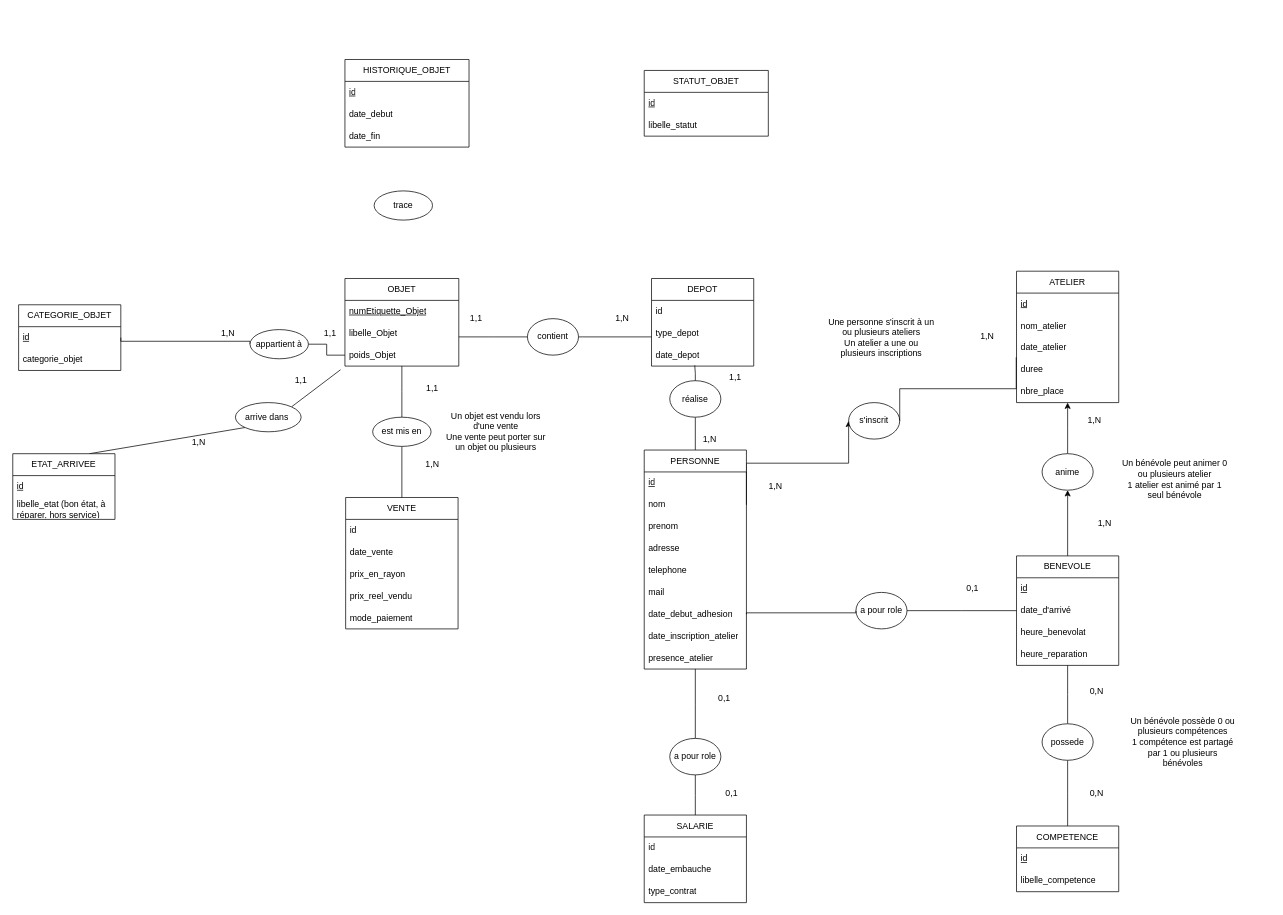
The draw.io diagram schema_EA_adatabase.drawio in gdiaby2403/repo1, before the edit. Source tidied: cells renumbered, new cells numbered last; positions are measured from the earlier drawing's top-left corner, leaving out a move shared by most shapes. Both pictures are drawn from the tidied source at 73%, with x=0, y=0 at pixel (12, 59).
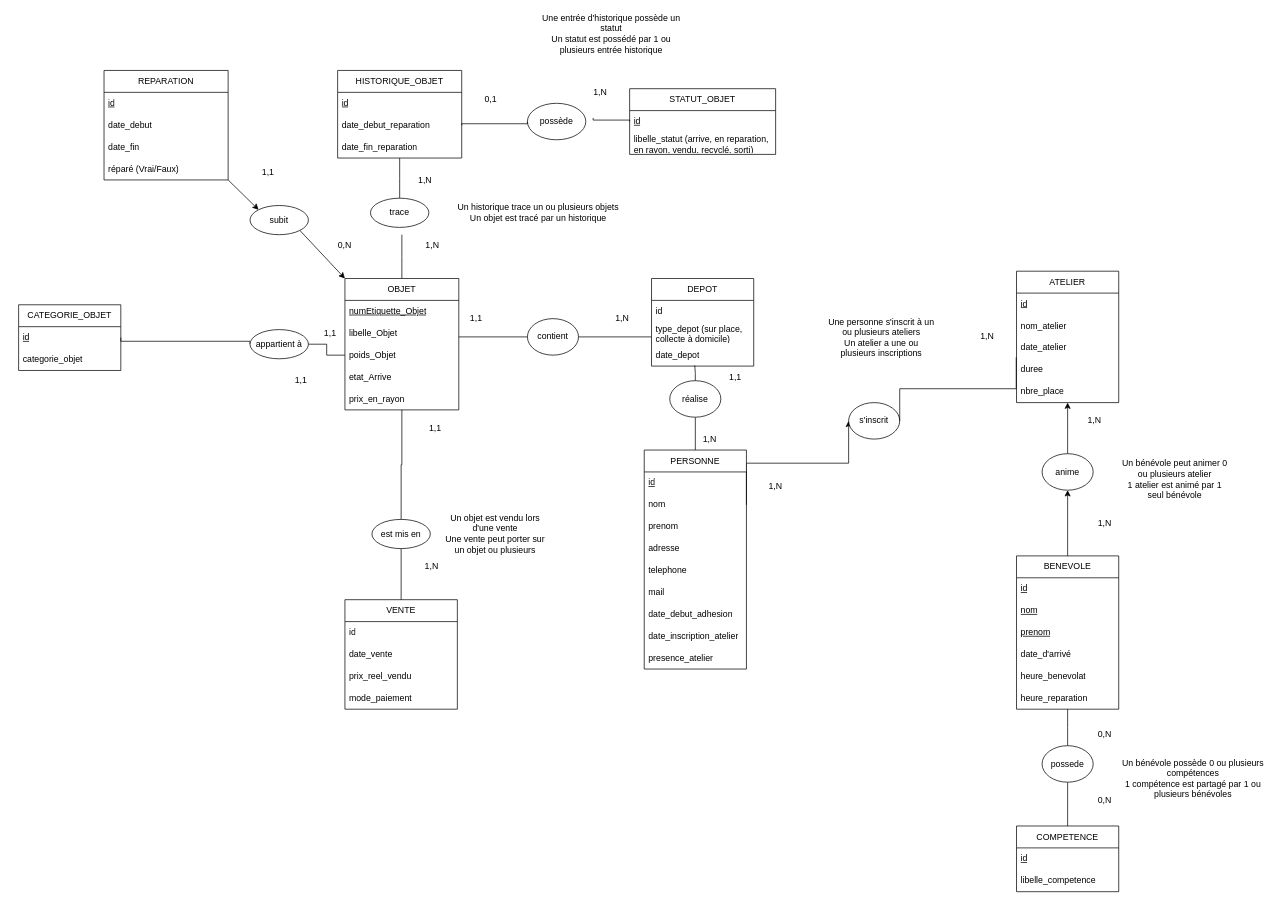
The same page after the edit.

Commit message (it also covers changes not shown here):
Mettre à jour schema_EA_adatabase.drawio

Unchanged cells that the change refers to:
```xml
<mxCell id="28" value="DEPOT" style="swimlane;fontStyle=0;horizontal=1;startSize=30;whiteSpace=wrap;html=1;" parent="1" vertex="1">
  <mxGeometry x="875" y="300" width="140" height="120" as="geometry" />
</mxCell>
<mxCell id="41" value="PERSONNE" style="swimlane;fontStyle=0;horizontal=1;startSize=30;whiteSpace=wrap;html=1;" parent="1" vertex="1">
  <mxGeometry x="865" y="535" width="140" height="300" as="geometry" />
</mxCell>
<mxCell id="48" value="date_debut_adhesion" style="text;strokeColor=none;fillColor=none;align=left;verticalAlign=middle;spacingLeft=4;spacingRight=4;overflow=hidden;points=[[0,0.5],[1,0.5]];portConstraint=eastwest;whiteSpace=wrap;html=1;" parent="41" vertex="1">
  <mxGeometry y="210" width="140" height="30" as="geometry" />
</mxCell>
```

Change to the diagram source:
```diff
@@
+    <mxCell id="111" style="edgeStyle=elbowEdgeStyle;shape=wire;rounded=0;jettySize=auto;elbow=vertical;html=1;exitX=0.5;exitY=0;exitDx=0;exitDy=0;dashed=1;endArrow=none;endFill=0;" parent="1" edge="1" source="3">
+      <mxGeometry relative="1" as="geometry">
+        <mxPoint x="533" y="240" as="targetPoint" />
+      </mxGeometry>
+    </mxCell>
     <mxCell id="3" value="OBJET" style="swimlane;fontStyle=0;horizontal=1;startSize=30;whiteSpace=wrap;html=1;" parent="1" vertex="1">
-      <mxGeometry x="455" y="300" width="156" height="120" as="geometry" />
+      <mxGeometry x="455" y="300" width="156" height="180" as="geometry" />
     </mxCell>
@@
+    <mxCell id="35" value="etat_Arrive" style="text;strokeColor=none;fillColor=none;align=left;verticalAlign=middle;spacingLeft=4;spacingRight=4;overflow=hidden;whiteSpace=wrap;html=1;" parent="3" vertex="1">
+      <mxGeometry y="120" width="156" height="30" as="geometry" />
+    </mxCell>
+    <mxCell id="112" value="prix_en_rayon" style="text;strokeColor=none;fillColor=none;align=left;verticalAlign=middle;spacingLeft=4;spacingRight=4;overflow=hidden;whiteSpace=wrap;html=1;" parent="3" vertex="1">
+      <mxGeometry y="150" width="156" height="30" as="geometry" />
+    </mxCell>
@@
     <mxCell id="9" value="BENEVOLE" style="swimlane;fontStyle=0;horizontal=1;startSize=30;whiteSpace=wrap;html=1;" parent="1" vertex="1">
-      <mxGeometry x="1375" y="680" width="140" height="150" as="geometry" />
+      <mxGeometry x="1375" y="680" width="140" height="210" as="geometry" />
     </mxCell>
@@
+    <mxCell id="113" value="&lt;u&gt;nom&lt;/u&gt;" style="text;strokeColor=none;fillColor=none;align=left;verticalAlign=middle;spacingLeft=4;spacingRight=4;overflow=hidden;whiteSpace=wrap;html=1;" parent="9" vertex="1">
+      <mxGeometry y="60" width="140" height="30" as="geometry" />
+    </mxCell>
+    <mxCell id="114" value="&lt;u&gt;prenom&lt;/u&gt;" style="text;strokeColor=none;fillColor=none;align=left;verticalAlign=middle;spacingLeft=4;spacingRight=4;overflow=hidden;whiteSpace=wrap;html=1;" parent="9" vertex="1">
+      <mxGeometry y="90" width="140" height="30" as="geometry" />
+    </mxCell>
     <mxCell id="11" value="date_d'arrivé" style="text;strokeColor=none;fillColor=none;align=left;verticalAlign=middle;spacingLeft=4;spacingRight=4;overflow=hidden;whiteSpace=wrap;html=1;" parent="9" vertex="1">
-      <mxGeometry y="60" width="140" height="30" as="geometry" />
+      <mxGeometry y="120" width="140" height="30" as="geometry" />
     </mxCell>
     <mxCell id="12" value="heure_benevolat" style="text;strokeColor=none;fillColor=none;align=left;verticalAlign=middle;spacingLeft=4;spacingRight=4;overflow=hidden;whiteSpace=wrap;html=1;" parent="9" vertex="1">
-      <mxGeometry y="90" width="140" height="30" as="geometry" />
+      <mxGeometry y="150" width="140" height="30" as="geometry" />
     </mxCell>
     <mxCell id="13" value="heure_reparation" style="text;strokeColor=none;fillColor=none;align=left;verticalAlign=middle;spacingLeft=4;spacingRight=4;overflow=hidden;whiteSpace=wrap;html=1;" parent="9" vertex="1">
-      <mxGeometry y="120" width="140" height="30" as="geometry" />
+      <mxGeometry y="180" width="140" height="30" as="geometry" />
     </mxCell>
@@
+    <mxCell id="115" style="edgeStyle=elbowEdgeStyle;shape=wire;rounded=0;jettySize=auto;elbow=vertical;html=1;exitX=0.5;exitY=1;exitDx=0;exitDy=0;dashed=1;endArrow=none;endFill=0;" parent="1" edge="1" source="17" target="83">
+      <mxGeometry relative="1" as="geometry" />
+    </mxCell>
     <mxCell id="17" value="HISTORIQUE_OBJET" style="swimlane;fontStyle=0;horizontal=1;startSize=30;whiteSpace=wrap;html=1;" parent="1" vertex="1">
-      <mxGeometry x="455" width="170" height="120" as="geometry" />
+      <mxGeometry x="445" y="15" width="170" height="120" as="geometry" />
     </mxCell>
@@
-    <mxCell id="19" value="date_debut" style="text;strokeColor=none;fillColor=none;align=left;verticalAlign=middle;spacingLeft=4;spacingRight=4;overflow=hidden;points=[[0,0.5],[1,0.5]];portConstraint=eastwest;whiteSpace=wrap;html=1;" parent="17" vertex="1">
+    <mxCell id="19" value="date_debut_reparation" style="text;strokeColor=none;fillColor=none;align=left;verticalAlign=middle;spacingLeft=4;spacingRight=4;overflow=hidden;points=[[0,0.5],[1,0.5]];portConstraint=eastwest;whiteSpace=wrap;html=1;" parent="17" vertex="1">
       <mxGeometry y="60" width="170" height="30" as="geometry" />
     </mxCell>
-    <mxCell id="20" value="date_fin" style="text;strokeColor=none;fillColor=none;align=left;verticalAlign=middle;spacingLeft=4;spacingRight=4;overflow=hidden;whiteSpace=wrap;html=1;" parent="17" vertex="1">
+    <mxCell id="20" value="date_fin_reparation" style="text;strokeColor=none;fillColor=none;align=left;verticalAlign=middle;spacingLeft=4;spacingRight=4;overflow=hidden;whiteSpace=wrap;html=1;" parent="17" vertex="1">
       <mxGeometry y="90" width="170" height="30" as="geometry" />
     </mxCell>
-    <mxCell id="21" style="shape=wire;rounded=0;jettySize=auto;elbow=vertical;html=1;exitX=0.75;exitY=0;exitDx=0;exitDy=0;entryX=0;entryY=1;entryDx=0;entryDy=0;dashed=1;endArrow=none;endFill=0;" parent="1" edge="1" source="22" target="67">
-      <mxGeometry relative="1" as="geometry" />
-    </mxCell>
-    <mxCell id="22" value="ETAT_ARRIVEE" style="swimlane;fontStyle=0;horizontal=1;startSize=30;whiteSpace=wrap;html=1;" parent="1" vertex="1">
-      <mxGeometry y="540" width="140" height="90" as="geometry" />
-    </mxCell>
-    <mxCell id="23" value="&lt;u&gt;id&lt;/u&gt;" style="text;strokeColor=none;fillColor=none;align=left;verticalAlign=middle;spacingLeft=4;spacingRight=4;overflow=hidden;whiteSpace=wrap;html=1;" parent="22" vertex="1">
-      <mxGeometry y="30" width="140" height="30" as="geometry" />
-    </mxCell>
-    <mxCell id="24" value="libelle_etat (bon état, à réparer, hors service)" style="text;strokeColor=none;fillColor=none;align=left;verticalAlign=middle;spacingLeft=4;spacingRight=4;overflow=hidden;whiteSpace=wrap;html=1;" parent="22" vertex="1">
-      <mxGeometry y="60" width="140" height="30" as="geometry" />
-    </mxCell>
@@
-    <mxCell id="30" value="type_depot" style="text;strokeColor=none;fillColor=none;align=left;verticalAlign=middle;spacingLeft=4;spacingRight=4;overflow=hidden;whiteSpace=wrap;html=1;" parent="28" vertex="1">
+    <mxCell id="30" value="type_depot (sur place, collecte à domicile)" style="text;strokeColor=none;fillColor=none;align=left;verticalAlign=middle;spacingLeft=4;spacingRight=4;overflow=hidden;whiteSpace=wrap;html=1;" parent="28" vertex="1">
       <mxGeometry y="60" width="140" height="30" as="geometry" />
     </mxCell>
@@
     <mxCell id="32" value="VENTE" style="swimlane;fontStyle=0;horizontal=1;startSize=30;whiteSpace=wrap;html=1;" parent="1" vertex="1">
-      <mxGeometry x="456" y="600" width="154" height="180" as="geometry" />
+      <mxGeometry x="455" y="740" width="154" height="150" as="geometry" />
     </mxCell>
@@
-    <mxCell id="35" value="prix_en_rayon" style="text;strokeColor=none;fillColor=none;align=left;verticalAlign=middle;spacingLeft=4;spacingRight=4;overflow=hidden;whiteSpace=wrap;html=1;" parent="32" vertex="1">
-      <mxGeometry y="90" width="154" height="30" as="geometry" />
-    </mxCell>
     <mxCell id="36" value="prix_reel_vendu" style="text;strokeColor=none;fillColor=none;align=left;verticalAlign=middle;spacingLeft=4;spacingRight=4;overflow=hidden;whiteSpace=wrap;html=1;" parent="32" vertex="1">
-      <mxGeometry y="120" width="154" height="30" as="geometry" />
+      <mxGeometry y="90" width="154" height="30" as="geometry" />
     </mxCell>
     <mxCell id="37" value="mode_paiement" style="text;strokeColor=none;fillColor=none;align=left;verticalAlign=middle;spacingLeft=4;spacingRight=4;overflow=hidden;whiteSpace=wrap;html=1;" parent="32" vertex="1">
-      <mxGeometry y="150" width="154" height="30" as="geometry" />
+      <mxGeometry y="120" width="154" height="30" as="geometry" />
     </mxCell>
@@
-    <mxCell id="40" style="edgeStyle=elbowEdgeStyle;shape=wire;rounded=0;jettySize=auto;elbow=vertical;html=1;exitX=0.5;exitY=1;exitDx=0;exitDy=0;entryX=0.5;entryY=0;entryDx=0;entryDy=0;dashed=1;endArrow=none;endFill=0;" parent="1" edge="1" source="41" target="106">
-      <mxGeometry relative="1" as="geometry" />
-    </mxCell>
@@
-    <mxCell id="51" value="SALARIE" style="swimlane;fontStyle=0;horizontal=1;startSize=30;whiteSpace=wrap;html=1;" parent="1" vertex="1">
-      <mxGeometry x="865" y="1035" width="140" height="120" as="geometry" />
-    </mxCell>
-    <mxCell id="52" value="id" style="text;strokeColor=none;fillColor=none;align=left;verticalAlign=middle;spacingLeft=4;spacingRight=4;overflow=hidden;whiteSpace=wrap;html=1;" parent="51" vertex="1">
-      <mxGeometry y="30" width="140" height="30" as="geometry" />
-    </mxCell>
-    <mxCell id="53" value="date_embauche" style="text;strokeColor=none;fillColor=none;align=left;verticalAlign=middle;spacingLeft=4;spacingRight=4;overflow=hidden;whiteSpace=wrap;html=1;" parent="51" vertex="1">
-      <mxGeometry y="60" width="140" height="30" as="geometry" />
-    </mxCell>
-    <mxCell id="54" value="type_contrat" style="text;strokeColor=none;fillColor=none;align=left;verticalAlign=middle;spacingLeft=4;spacingRight=4;overflow=hidden;whiteSpace=wrap;html=1;" parent="51" vertex="1">
-      <mxGeometry y="90" width="140" height="30" as="geometry" />
-    </mxCell>
     <mxCell id="55" value="0,N" style="text;html=1;whiteSpace=wrap;strokeColor=none;fillColor=none;align=center;verticalAlign=middle;rounded=0;" parent="1" vertex="1">
-      <mxGeometry x="1455" y="850" width="60" height="30" as="geometry" />
+      <mxGeometry x="1466" y="910" width="60" height="30" as="geometry" />
     </mxCell>
@@
-    <mxCell id="59" value="1,N" style="text;html=1;whiteSpace=wrap;strokeColor=none;fillColor=none;align=center;verticalAlign=middle;rounded=0;" parent="1" vertex="1">
-      <mxGeometry x="265" y="360" width="60" height="30" as="geometry" />
+    <mxCell id="59" value="1,1" style="text;html=1;whiteSpace=wrap;strokeColor=none;fillColor=none;align=center;verticalAlign=middle;rounded=0;" parent="1" vertex="1">
+      <mxGeometry x="320" y="140" width="60" height="30" as="geometry" />
     </mxCell>
@@
-    <mxCell id="66" style="shape=wire;rounded=0;jettySize=auto;elbow=vertical;html=1;exitX=1;exitY=0;exitDx=0;exitDy=0;entryX=0;entryY=0.5;entryDx=0;entryDy=0;dashed=1;endArrow=none;endFill=0;" parent="1" edge="1" source="67">
-      <mxGeometry relative="1" as="geometry">
-        <mxPoint x="449" y="425" as="targetPoint" />
-      </mxGeometry>
-    </mxCell>
-    <mxCell id="67" value="arrive dans&amp;nbsp;" style="ellipse;whiteSpace=wrap;html=1;shapeInside=1;" parent="1" vertex="1">
-      <mxGeometry x="305" y="470" width="90" height="40" as="geometry" />
-    </mxCell>
@@
-    <mxCell id="69" value="1,N" style="text;html=1;whiteSpace=wrap;strokeColor=none;fillColor=none;align=center;verticalAlign=middle;rounded=0;" parent="1" vertex="1">
-      <mxGeometry x="225" y="510" width="60" height="30" as="geometry" />
-    </mxCell>
@@
+    <mxCell id="116" style="edgeStyle=elbowEdgeStyle;shape=wire;rounded=0;jettySize=auto;elbow=vertical;html=1;exitX=0;exitY=0.5;exitDx=0;exitDy=0;dashed=1;endArrow=none;endFill=0;" parent="1" edge="1" source="74">
+      <mxGeometry relative="1" as="geometry">
+        <mxPoint x="795" y="80" as="targetPoint" />
+      </mxGeometry>
+    </mxCell>
     <mxCell id="74" value="STATUT_OBJET" style="swimlane;fontStyle=0;horizontal=1;startSize=30;whiteSpace=wrap;html=1;" parent="1" vertex="1">
-      <mxGeometry x="865" y="15" width="170" height="90" as="geometry" />
+      <mxGeometry x="845" y="40" width="200" height="90" as="geometry" />
     </mxCell>
     <mxCell id="75" value="&lt;u&gt;id&lt;/u&gt;" style="text;strokeColor=none;fillColor=none;align=left;verticalAlign=middle;spacingLeft=4;spacingRight=4;overflow=hidden;whiteSpace=wrap;html=1;" parent="74" vertex="1">
-      <mxGeometry y="30" width="170" height="30" as="geometry" />
+      <mxGeometry y="30" width="200" height="30" as="geometry" />
     </mxCell>
-    <mxCell id="76" value="libelle_statut" style="text;strokeColor=none;fillColor=none;align=left;verticalAlign=middle;spacingLeft=4;spacingRight=4;overflow=hidden;whiteSpace=wrap;html=1;" parent="74" vertex="1">
-      <mxGeometry y="60" width="170" height="30" as="geometry" />
+    <mxCell id="76" value="libelle_statut (arrive, en reparation, en rayon, vendu, recyclé, sorti)" style="text;strokeColor=none;fillColor=none;align=left;verticalAlign=middle;spacingLeft=4;spacingRight=4;overflow=hidden;whiteSpace=wrap;html=1;" parent="74" vertex="1">
+      <mxGeometry y="60" width="200" height="30" as="geometry" />
     </mxCell>
@@
     <mxCell id="79" value="0,N" style="text;html=1;whiteSpace=wrap;strokeColor=none;fillColor=none;align=center;verticalAlign=middle;rounded=0;" parent="1" vertex="1">
-      <mxGeometry x="1455" y="990" width="60" height="30" as="geometry" />
+      <mxGeometry x="1466" y="1000" width="60" height="30" as="geometry" />
     </mxCell>
@@
     <mxCell id="81" value="possede" style="ellipse;whiteSpace=wrap;html=1;shapeInside=1;" parent="1" vertex="1">
-      <mxGeometry x="1410" y="910" width="70" height="50" as="geometry" />
+      <mxGeometry x="1410" y="940" width="70" height="50" as="geometry" />
     </mxCell>
     <mxCell id="82" value="Un bénévole possède 0 ou plusieurs compétences&lt;br&gt;1 compétence est partagé par 1 ou plusieurs bénévoles" style="text;html=1;whiteSpace=wrap;strokeColor=none;fillColor=none;align=center;verticalAlign=middle;rounded=0;" parent="1" vertex="1">
-      <mxGeometry x="1526" y="920" width="154" height="30" as="geometry" />
+      <mxGeometry x="1512" y="970" width="210" height="30" as="geometry" />
     </mxCell>
     <mxCell id="83" value="trace" style="ellipse;whiteSpace=wrap;html=1;shapeInside=1;" parent="1" vertex="1">
-      <mxGeometry x="495" y="180" width="80" height="40" as="geometry" />
+      <mxGeometry x="490" y="190" width="80" height="40" as="geometry" />
     </mxCell>
@@
     <mxCell id="86" value="est mis en" style="ellipse;whiteSpace=wrap;html=1;shapeInside=1;" parent="1" vertex="1">
-      <mxGeometry x="493" y="490" width="80" height="40" as="geometry" />
+      <mxGeometry x="492" y="630" width="80" height="40" as="geometry" />
     </mxCell>
     <mxCell id="87" value="1,1" style="text;html=1;whiteSpace=wrap;strokeColor=none;fillColor=none;align=center;verticalAlign=middle;rounded=0;" parent="1" vertex="1">
-      <mxGeometry x="545" y="435" width="60" height="30" as="geometry" />
+      <mxGeometry x="549" y="490" width="60" height="30" as="geometry" />
     </mxCell>
     <mxCell id="88" value="1,N" style="text;html=1;whiteSpace=wrap;strokeColor=none;fillColor=none;align=center;verticalAlign=middle;rounded=0;" parent="1" vertex="1">
-      <mxGeometry x="545" y="540" width="60" height="30" as="geometry" />
+      <mxGeometry x="544" y="680" width="60" height="30" as="geometry" />
     </mxCell>
     <mxCell id="89" value="Un objet est vendu lors d'une vente&lt;br&gt;Une vente peut porter sur un objet ou plusieurs" style="text;html=1;whiteSpace=wrap;strokeColor=none;fillColor=none;align=center;verticalAlign=middle;rounded=0;" parent="1" vertex="1">
-      <mxGeometry x="585" y="495" width="154" height="30" as="geometry" />
+      <mxGeometry x="584" y="635" width="154" height="30" as="geometry" />
     </mxCell>
@@
-    <mxCell id="103" style="edgeStyle=elbowEdgeStyle;shape=wire;rounded=0;jettySize=auto;elbow=vertical;html=1;exitX=1;exitY=0.5;exitDx=0;exitDy=0;entryX=0;entryY=0.5;entryDx=0;entryDy=0;dashed=1;endArrow=none;endFill=0;" parent="1" edge="1" source="104" target="9">
-      <mxGeometry relative="1" as="geometry" />
-    </mxCell>
-    <mxCell id="104" value="a pour role" style="ellipse;whiteSpace=wrap;html=1;shapeInside=1;" parent="1" vertex="1">
-      <mxGeometry x="1155" y="730" width="70" height="50" as="geometry" />
-    </mxCell>
-    <mxCell id="105" style="edgeStyle=elbowEdgeStyle;shape=wire;rounded=0;jettySize=auto;elbow=vertical;html=1;exitX=0.5;exitY=1;exitDx=0;exitDy=0;entryX=0.5;entryY=0;entryDx=0;entryDy=0;dashed=1;endArrow=none;endFill=0;" parent="1" edge="1" source="106" target="51">
-      <mxGeometry relative="1" as="geometry" />
-    </mxCell>
-    <mxCell id="106" value="a pour role" style="ellipse;whiteSpace=wrap;html=1;shapeInside=1;" parent="1" vertex="1">
-      <mxGeometry x="900" y="930" width="70" height="50" as="geometry" />
-    </mxCell>
-    <mxCell id="107" style="edgeStyle=elbowEdgeStyle;shape=wire;rounded=0;jettySize=auto;elbow=vertical;html=1;exitX=1;exitY=0.5;exitDx=0;exitDy=0;entryX=0;entryY=0.5;entryDx=0;entryDy=0;dashed=1;endArrow=none;endFill=0;" parent="1" edge="1" source="48" target="104">
-      <mxGeometry relative="1" as="geometry" />
-    </mxCell>
-    <mxCell id="108" value="0,1" style="text;html=1;whiteSpace=wrap;strokeColor=none;fillColor=none;align=center;verticalAlign=middle;rounded=0;" parent="1" vertex="1">
-      <mxGeometry x="955" y="990" width="60" height="30" as="geometry" />
-    </mxCell>
-    <mxCell id="109" value="0,1" style="text;html=1;whiteSpace=wrap;strokeColor=none;fillColor=none;align=center;verticalAlign=middle;rounded=0;" parent="1" vertex="1">
-      <mxGeometry x="1285" y="710" width="60" height="30" as="geometry" />
-    </mxCell>
-    <mxCell id="110" value="0,1" style="text;html=1;whiteSpace=wrap;strokeColor=none;fillColor=none;align=center;verticalAlign=middle;rounded=0;" parent="1" vertex="1">
-      <mxGeometry x="945" y="860" width="60" height="30" as="geometry" />
-    </mxCell>
+    <mxCell id="117" value="1,N" style="text;html=1;whiteSpace=wrap;strokeColor=none;fillColor=none;align=center;verticalAlign=middle;rounded=0;" parent="1" vertex="1">
+      <mxGeometry x="535" y="150" width="60" height="30" as="geometry" />
+    </mxCell>
+    <mxCell id="118" value="1,N" style="text;html=1;whiteSpace=wrap;strokeColor=none;fillColor=none;align=center;verticalAlign=middle;rounded=0;" parent="1" vertex="1">
+      <mxGeometry x="545" y="240" width="60" height="30" as="geometry" />
+    </mxCell>
+    <mxCell id="119" value="possède" style="ellipse;whiteSpace=wrap;html=1;shapeInside=1;" parent="1" vertex="1">
+      <mxGeometry x="705" y="60" width="80" height="50" as="geometry" />
+    </mxCell>
+    <mxCell id="120" style="edgeStyle=elbowEdgeStyle;shape=wire;rounded=0;jettySize=auto;elbow=vertical;html=1;exitX=1;exitY=0.5;exitDx=0;exitDy=0;entryX=0;entryY=0.5;entryDx=0;entryDy=0;dashed=1;endArrow=none;endFill=0;" parent="1" edge="1" source="19" target="119">
+      <mxGeometry relative="1" as="geometry" />
+    </mxCell>
+    <mxCell id="121" style="shape=wire;rounded=0;jettySize=auto;elbow=vertical;html=1;exitX=1;exitY=1;exitDx=0;exitDy=0;entryX=0;entryY=0;entryDx=0;entryDy=0;dashed=1;" parent="1" edge="1" source="122" target="127">
+      <mxGeometry relative="1" as="geometry" />
+    </mxCell>
+    <mxCell id="122" value="REPARATION" style="swimlane;fontStyle=0;horizontal=1;startSize=30;whiteSpace=wrap;html=1;" parent="1" vertex="1">
+      <mxGeometry x="125" y="15" width="170" height="150" as="geometry" />
+    </mxCell>
+    <mxCell id="23" value="&lt;u&gt;id&lt;/u&gt;" style="text;strokeColor=none;fillColor=none;align=left;verticalAlign=middle;spacingLeft=4;spacingRight=4;overflow=hidden;whiteSpace=wrap;html=1;" parent="122" vertex="1">
+      <mxGeometry y="30" width="170" height="30" as="geometry" />
+    </mxCell>
+    <mxCell id="123" value="date_debut" style="text;strokeColor=none;fillColor=none;align=left;verticalAlign=middle;spacingLeft=4;spacingRight=4;overflow=hidden;whiteSpace=wrap;html=1;" parent="122" vertex="1">
+      <mxGeometry y="60" width="170" height="30" as="geometry" />
+    </mxCell>
+    <mxCell id="124" value="date_fin" style="text;strokeColor=none;fillColor=none;align=left;verticalAlign=middle;spacingLeft=4;spacingRight=4;overflow=hidden;whiteSpace=wrap;html=1;" parent="122" vertex="1">
+      <mxGeometry y="90" width="170" height="30" as="geometry" />
+    </mxCell>
+    <mxCell id="125" value="réparé (Vrai/Faux)" style="text;strokeColor=none;fillColor=none;align=left;verticalAlign=middle;spacingLeft=4;spacingRight=4;overflow=hidden;whiteSpace=wrap;html=1;" parent="122" vertex="1">
+      <mxGeometry y="120" width="170" height="30" as="geometry" />
+    </mxCell>
+    <mxCell id="126" style="shape=wire;rounded=0;jettySize=auto;elbow=vertical;html=1;exitX=1;exitY=1;exitDx=0;exitDy=0;entryX=0;entryY=0;entryDx=0;entryDy=0;dashed=1;" parent="1" edge="1" source="127" target="3">
+      <mxGeometry relative="1" as="geometry" />
+    </mxCell>
+    <mxCell id="127" value="subit" style="ellipse;whiteSpace=wrap;html=1;shapeInside=1;" parent="1" vertex="1">
+      <mxGeometry x="325" y="200" width="80" height="40" as="geometry" />
+    </mxCell>
+    <mxCell id="128" value="0,N" style="text;html=1;whiteSpace=wrap;strokeColor=none;fillColor=none;align=center;verticalAlign=middle;rounded=0;" parent="1" vertex="1">
+      <mxGeometry x="425" y="240" width="60" height="30" as="geometry" />
+    </mxCell>
+    <mxCell id="129" value="1,N" style="text;html=1;whiteSpace=wrap;strokeColor=none;fillColor=none;align=center;verticalAlign=middle;rounded=0;" parent="1" vertex="1">
+      <mxGeometry x="775" y="30" width="60" height="30" as="geometry" />
+    </mxCell>
+    <mxCell id="130" value="0,1" style="text;html=1;whiteSpace=wrap;strokeColor=none;fillColor=none;align=center;verticalAlign=middle;rounded=0;" parent="1" vertex="1">
+      <mxGeometry x="625" y="40" width="60" height="30" as="geometry" />
+    </mxCell>
+    <mxCell id="131" value="Une entrée d'historique possède un statut&lt;div&gt;Un statut est possédé par 1 ou plusieurs entrée historique&lt;/div&gt;" style="text;html=1;whiteSpace=wrap;strokeColor=none;fillColor=none;align=center;verticalAlign=middle;rounded=0;" parent="1" vertex="1">
+      <mxGeometry x="715" y="-50" width="210" height="30" as="geometry" />
+    </mxCell>
+    <mxCell id="132" value="Un historique trace un ou plusieurs objets&lt;br&gt;Un objet est tracé par un historique" style="text;html=1;whiteSpace=wrap;strokeColor=none;fillColor=none;align=center;verticalAlign=middle;rounded=0;" parent="1" vertex="1">
+      <mxGeometry x="605" y="195" width="230" height="30" as="geometry" />
+    </mxCell>
```
